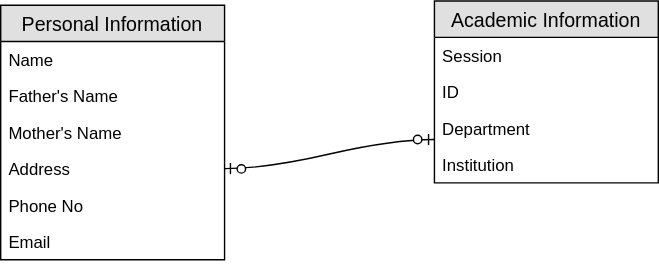
Earlier version of the draw.io export relation_practice.svg (mhsn06/projectA-database). Source tidied: cells renumbered, new cells last; positions are measured from the earlier drawing's top-left corner, leaving out a move shared by most shapes. Source of this version:
```xml
<mxGraphModel>
  <root>
    <mxCell id="0" />
    <mxCell id="1" parent="0" />
    <mxCell id="2" value="Personal Information" style="swimlane;fontStyle=0;horizontal=1;startSize=26;fillColor=#e0e0e0;swimlaneFillColor=#ffffff;align=center;fontSize=14;" parent="1" vertex="1">
      <mxGeometry y="3" width="160" height="182" as="geometry" />
    </mxCell>
    <mxCell id="3" value="Name" style="text;strokeColor=none;fillColor=none;spacingLeft=4;spacingRight=4;overflow=hidden;points=[[0,0.5],[1,0.5]];portConstraint=eastwest;fontSize=12;" parent="2" vertex="1">
      <mxGeometry y="26" width="160" height="26" as="geometry" />
    </mxCell>
    <mxCell id="4" value="Father's Name" style="text;strokeColor=none;fillColor=none;spacingLeft=4;spacingRight=4;overflow=hidden;fontSize=12;" parent="2" vertex="1">
      <mxGeometry y="52" width="160" height="26" as="geometry" />
    </mxCell>
    <mxCell id="5" value="Mother's Name" style="text;strokeColor=none;fillColor=none;spacingLeft=4;spacingRight=4;overflow=hidden;fontSize=12;" parent="2" vertex="1">
      <mxGeometry y="78" width="160" height="26" as="geometry" />
    </mxCell>
    <mxCell id="6" value="Address" style="text;strokeColor=none;fillColor=none;spacingLeft=4;spacingRight=4;overflow=hidden;points=[[0,0.5],[1,0.5]];portConstraint=eastwest;fontSize=12;" parent="2" vertex="1">
      <mxGeometry y="104" width="160" height="26" as="geometry" />
    </mxCell>
    <mxCell id="7" value="Phone No" style="text;strokeColor=none;fillColor=none;spacingLeft=4;spacingRight=4;overflow=hidden;points=[[0,0.5],[1,0.5]];portConstraint=eastwest;fontSize=12;" parent="2" vertex="1">
      <mxGeometry y="130" width="160" height="26" as="geometry" />
    </mxCell>
    <mxCell id="8" value="Email" style="text;strokeColor=none;fillColor=none;spacingLeft=4;spacingRight=4;overflow=hidden;fontSize=12;" parent="2" vertex="1">
      <mxGeometry y="156" width="160" height="26" as="geometry" />
    </mxCell>
    <mxCell id="9" value="Academic Information" style="swimlane;fontStyle=0;horizontal=1;startSize=26;fillColor=#e0e0e0;swimlaneFillColor=#ffffff;align=center;fontSize=14;" parent="1" vertex="1">
      <mxGeometry x="310" width="160" height="130" as="geometry" />
    </mxCell>
    <mxCell id="10" value="Session" style="text;strokeColor=none;fillColor=none;spacingLeft=4;spacingRight=4;overflow=hidden;fontSize=12;" parent="9" vertex="1">
      <mxGeometry y="26" width="160" height="26" as="geometry" />
    </mxCell>
    <mxCell id="11" value="ID" style="text;strokeColor=none;fillColor=none;spacingLeft=4;spacingRight=4;overflow=hidden;fontSize=12;" parent="9" vertex="1">
      <mxGeometry y="52" width="160" height="26" as="geometry" />
    </mxCell>
    <mxCell id="12" value="Department" style="text;strokeColor=none;fillColor=none;spacingLeft=4;spacingRight=4;overflow=hidden;points=[[0,0.5],[1,0.5]];portConstraint=eastwest;fontSize=12;" parent="9" vertex="1">
      <mxGeometry y="78" width="160" height="26" as="geometry" />
    </mxCell>
    <mxCell id="13" value="Institution " style="text;strokeColor=none;fillColor=none;spacingLeft=4;spacingRight=4;overflow=hidden;fontSize=12;" parent="9" vertex="1">
      <mxGeometry y="104" width="160" height="26" as="geometry" />
    </mxCell>
    <mxCell id="14" style="edgeStyle=entityRelationEdgeStyle;fontSize=12;html=1;endArrow=ERzeroToOne;startArrow=ERzeroToOne;entryX=0;entryY=0.808;entryDx=0;entryDy=0;entryPerimeter=0;exitX=1;exitY=0.5;exitDx=0;exitDy=0;endFill=1;startFill=1;curved=1;" parent="1" edge="1" source="6" target="12">
      <mxGeometry relative="1" as="geometry" />
    </mxCell>
  </root>
</mxGraphModel>
```
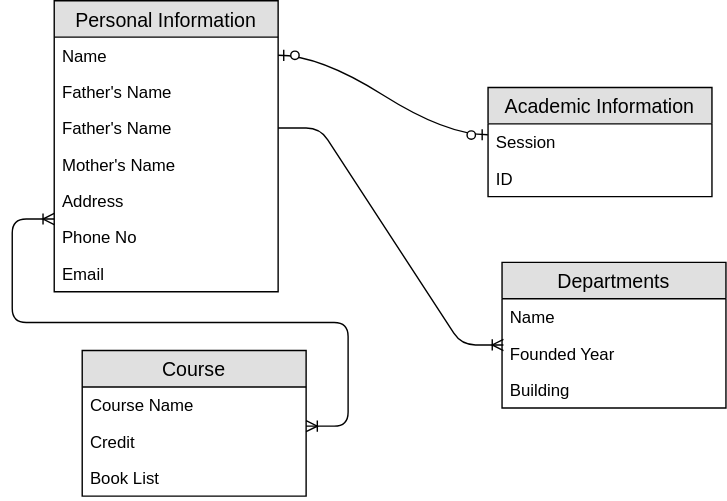
After the change.

Commit message:
practiced database relation

The edit, as a diff of the source:
```diff
@@ -3,7 +3,7 @@
     <mxCell id="0" />
     <mxCell id="1" parent="0" />
     <mxCell id="2" value="Personal Information" style="swimlane;fontStyle=0;horizontal=1;startSize=26;fillColor=#e0e0e0;swimlaneFillColor=#ffffff;align=center;fontSize=14;" parent="1" vertex="1">
-      <mxGeometry y="3" width="160" height="182" as="geometry" />
+      <mxGeometry y="3" width="160" height="208" as="geometry" />
     </mxCell>
     <mxCell id="3" value="Name" style="text;strokeColor=none;fillColor=none;spacingLeft=4;spacingRight=4;overflow=hidden;points=[[0,0.5],[1,0.5]];portConstraint=eastwest;fontSize=12;" parent="2" vertex="1">
       <mxGeometry y="26" width="160" height="26" as="geometry" />
@@ -11,20 +11,23 @@
     <mxCell id="4" value="Father's Name" style="text;strokeColor=none;fillColor=none;spacingLeft=4;spacingRight=4;overflow=hidden;fontSize=12;" parent="2" vertex="1">
       <mxGeometry y="52" width="160" height="26" as="geometry" />
     </mxCell>
+    <mxCell id="15" value="Father's Name" style="text;strokeColor=none;fillColor=none;spacingLeft=4;spacingRight=4;overflow=hidden;points=[[0,0.5],[1,0.5]];portConstraint=eastwest;fontSize=12;" parent="2" vertex="1">
+      <mxGeometry y="78" width="160" height="26" as="geometry" />
+    </mxCell>
     <mxCell id="5" value="Mother's Name" style="text;strokeColor=none;fillColor=none;spacingLeft=4;spacingRight=4;overflow=hidden;fontSize=12;" parent="2" vertex="1">
-      <mxGeometry y="78" width="160" height="26" as="geometry" />
+      <mxGeometry y="104" width="160" height="26" as="geometry" />
     </mxCell>
     <mxCell id="6" value="Address" style="text;strokeColor=none;fillColor=none;spacingLeft=4;spacingRight=4;overflow=hidden;points=[[0,0.5],[1,0.5]];portConstraint=eastwest;fontSize=12;" parent="2" vertex="1">
-      <mxGeometry y="104" width="160" height="26" as="geometry" />
+      <mxGeometry y="130" width="160" height="26" as="geometry" />
     </mxCell>
     <mxCell id="7" value="Phone No" style="text;strokeColor=none;fillColor=none;spacingLeft=4;spacingRight=4;overflow=hidden;points=[[0,0.5],[1,0.5]];portConstraint=eastwest;fontSize=12;" parent="2" vertex="1">
-      <mxGeometry y="130" width="160" height="26" as="geometry" />
+      <mxGeometry y="156" width="160" height="26" as="geometry" />
     </mxCell>
     <mxCell id="8" value="Email" style="text;strokeColor=none;fillColor=none;spacingLeft=4;spacingRight=4;overflow=hidden;fontSize=12;" parent="2" vertex="1">
-      <mxGeometry y="156" width="160" height="26" as="geometry" />
+      <mxGeometry y="182" width="160" height="26" as="geometry" />
     </mxCell>
     <mxCell id="9" value="Academic Information" style="swimlane;fontStyle=0;horizontal=1;startSize=26;fillColor=#e0e0e0;swimlaneFillColor=#ffffff;align=center;fontSize=14;" parent="1" vertex="1">
-      <mxGeometry x="310" width="160" height="130" as="geometry" />
+      <mxGeometry x="310" y="65" width="160" height="78" as="geometry" />
     </mxCell>
     <mxCell id="10" value="Session" style="text;strokeColor=none;fillColor=none;spacingLeft=4;spacingRight=4;overflow=hidden;fontSize=12;" parent="9" vertex="1">
       <mxGeometry y="26" width="160" height="26" as="geometry" />
@@ -32,14 +35,42 @@
     <mxCell id="11" value="ID" style="text;strokeColor=none;fillColor=none;spacingLeft=4;spacingRight=4;overflow=hidden;fontSize=12;" parent="9" vertex="1">
       <mxGeometry y="52" width="160" height="26" as="geometry" />
     </mxCell>
-    <mxCell id="12" value="Department" style="text;strokeColor=none;fillColor=none;spacingLeft=4;spacingRight=4;overflow=hidden;points=[[0,0.5],[1,0.5]];portConstraint=eastwest;fontSize=12;" parent="9" vertex="1">
-      <mxGeometry y="78" width="160" height="26" as="geometry" />
-    </mxCell>
-    <mxCell id="13" value="Institution " style="text;strokeColor=none;fillColor=none;spacingLeft=4;spacingRight=4;overflow=hidden;fontSize=12;" parent="9" vertex="1">
-      <mxGeometry y="104" width="160" height="26" as="geometry" />
-    </mxCell>
-    <mxCell id="14" style="edgeStyle=entityRelationEdgeStyle;fontSize=12;html=1;endArrow=ERzeroToOne;startArrow=ERzeroToOne;entryX=0;entryY=0.808;entryDx=0;entryDy=0;entryPerimeter=0;exitX=1;exitY=0.5;exitDx=0;exitDy=0;endFill=1;startFill=1;curved=1;" parent="1" edge="1" source="6" target="12">
-      <mxGeometry relative="1" as="geometry" />
+    <mxCell id="14" style="edgeStyle=entityRelationEdgeStyle;fontSize=12;html=1;endArrow=ERzeroToOne;startArrow=ERzeroToOne;entryX=0;entryY=0.808;entryDx=0;entryDy=0;entryPerimeter=0;endFill=1;startFill=1;curved=1;" parent="1" edge="1" source="3">
+      <mxGeometry relative="1" as="geometry">
+        <mxPoint x="309.8" y="98.8" as="targetPoint" />
+      </mxGeometry>
     </mxCell>
+    <mxCell id="16" value="Departments" style="swimlane;fontStyle=0;horizontal=1;startSize=26;fillColor=#e0e0e0;swimlaneFillColor=#ffffff;align=center;fontSize=14;" parent="1" vertex="1">
+      <mxGeometry x="320" y="190" width="160" height="104" as="geometry" />
+    </mxCell>
+    <mxCell id="17" value="Name" style="text;strokeColor=none;fillColor=none;spacingLeft=4;spacingRight=4;overflow=hidden;fontSize=12;" parent="16" vertex="1">
+      <mxGeometry y="26" width="160" height="26" as="geometry" />
+    </mxCell>
+    <mxCell id="18" value="Founded Year" style="text;strokeColor=none;fillColor=none;spacingLeft=4;spacingRight=4;overflow=hidden;points=[[0,0.5],[1,0.5]];portConstraint=eastwest;fontSize=12;" parent="16" vertex="1">
+      <mxGeometry y="52" width="160" height="26" as="geometry" />
+    </mxCell>
+    <mxCell id="19" value="Building" style="text;strokeColor=none;fillColor=none;spacingLeft=4;spacingRight=4;overflow=hidden;fontSize=12;" parent="16" vertex="1">
+      <mxGeometry y="78" width="160" height="26" as="geometry" />
+    </mxCell>
+    <mxCell id="20" style="edgeStyle=entityRelationEdgeStyle;fontSize=12;html=1;endArrow=ERoneToMany;endFill=0;entryX=0.006;entryY=0.277;entryDx=0;entryDy=0;entryPerimeter=0;exitX=1;exitY=0.5;exitDx=0;exitDy=0;" parent="1" edge="1" source="15" target="18">
+      <mxGeometry relative="1" as="geometry" />
+    </mxCell>
+    <mxCell id="21" value="Course" style="swimlane;fontStyle=0;horizontal=1;startSize=26;fillColor=#e0e0e0;swimlaneFillColor=#ffffff;align=center;fontSize=14;" parent="1" vertex="1">
+      <mxGeometry x="20" y="253" width="160" height="104" as="geometry" />
+    </mxCell>
+    <mxCell id="22" value="Course Name" style="text;strokeColor=none;fillColor=none;spacingLeft=4;spacingRight=4;overflow=hidden;fontSize=12;" parent="21" vertex="1">
+      <mxGeometry y="26" width="160" height="26" as="geometry" />
+    </mxCell>
+    <mxCell id="23" value="Credit" style="text;strokeColor=none;fillColor=none;spacingLeft=4;spacingRight=4;overflow=hidden;fontSize=12;" parent="21" vertex="1">
+      <mxGeometry y="52" width="160" height="26" as="geometry" />
+    </mxCell>
+    <mxCell id="24" value="Book List" style="text;strokeColor=none;fillColor=none;spacingLeft=4;spacingRight=4;overflow=hidden;fontSize=12;" parent="21" vertex="1">
+      <mxGeometry y="78" width="160" height="26" as="geometry" />
+    </mxCell>
+    <mxCell id="25" style="edgeStyle=entityRelationEdgeStyle;fontSize=12;html=1;endArrow=ERoneToMany;endFill=0;entryX=0;entryY=0;entryDx=0;entryDy=0;entryPerimeter=0;startArrow=ERoneToMany;startFill=0;" parent="1" edge="1" target="7">
+      <mxGeometry relative="1" as="geometry">
+        <mxPoint x="180" y="307" as="sourcePoint" />
+      </mxGeometry>
+    </mxCell>
   </root>
 </mxGraphModel>
```
